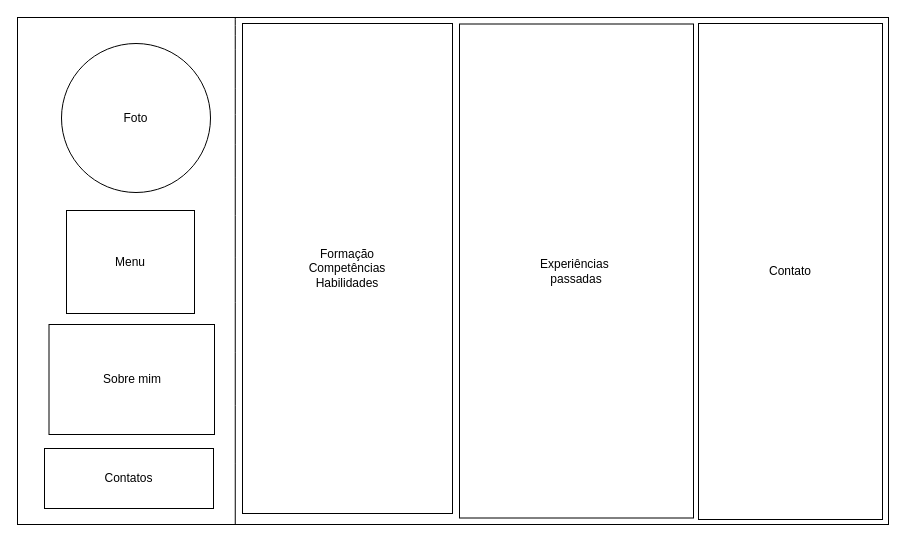
The draw.io diagram Wireframe.drawio in brenno1206/Curriculo_Virtual, before the edit. Source tidied: cells renumbered, new cells numbered last; positions are measured from the earlier drawing's top-left corner, leaving out a move shared by most shapes. Both pictures are drawn from the tidied source at 100%, with x=0, y=0 at pixel (17, 17).
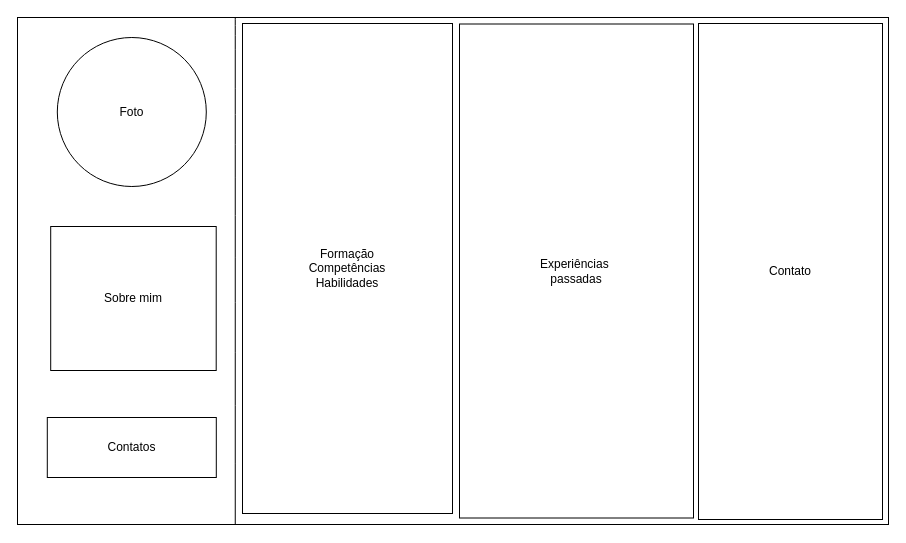
Above is the later version.

What changed in the source:
```diff
@@
 <mxGraphModel>
   <root>
     <mxCell id="0" />
     <mxCell id="1" parent="0" />
     <mxCell id="2" style="rounded=0;whiteSpace=wrap;html=1;" parent="1" vertex="1">
       <mxGeometry width="871" height="507" as="geometry" />
     </mxCell>
     <mxCell id="3" style="endArrow=none;html=1;rounded=0;fontSize=12;startSize=8;endSize=8;curved=1;exitX=0.25;exitY=0;exitDx=0;exitDy=0;entryX=0.25;entryY=1;entryDx=0;entryDy=0;" parent="1" edge="1" source="2" target="2">
       <mxGeometry relative="1" as="geometry" />
     </mxCell>
     <mxCell id="4" value="Foto" style="ellipse;whiteSpace=wrap;html=1;" parent="1" vertex="1">
-      <mxGeometry x="44" y="26" width="149" height="149" as="geometry" />
+      <mxGeometry x="39.8" y="20" width="149" height="149" as="geometry" />
     </mxCell>
     <mxCell id="5" value="Sobre mim" style="rounded=0;whiteSpace=wrap;html=1;" parent="1" vertex="1">
-      <mxGeometry x="31.5" y="307" width="165.5" height="110" as="geometry" />
+      <mxGeometry x="33.2" y="209" width="165.5" height="144" as="geometry" />
     </mxCell>
     <mxCell id="6" value="Contatos" style="rounded=0;whiteSpace=wrap;html=1;" parent="1" vertex="1">
-      <mxGeometry x="27" y="431" width="169" height="60" as="geometry" />
+      <mxGeometry x="29.8" y="400" width="169" height="60" as="geometry" />
     </mxCell>
-    <mxCell id="7" value="Menu" style="rounded=0;whiteSpace=wrap;html=1;" parent="1" vertex="1">
-      <mxGeometry x="49" y="193" width="128" height="103" as="geometry" />
-    </mxCell>
     <mxCell id="8" value="Formação&lt;div&gt;Competências&lt;/div&gt;&lt;div&gt;Habilidades&lt;/div&gt;" style="rounded=0;whiteSpace=wrap;html=1;" parent="1" vertex="1">
       <mxGeometry x="225" y="6" width="210" height="490" as="geometry" />
     </mxCell>
     <mxCell id="9" value="Experiências&amp;nbsp;&lt;div&gt;passadas&lt;/div&gt;" style="rounded=0;whiteSpace=wrap;html=1;" parent="1" vertex="1">
       <mxGeometry x="442" y="6.5" width="234" height="494" as="geometry" />
     </mxCell>
     <mxCell id="10" value="Contato" style="rounded=0;whiteSpace=wrap;html=1;" parent="1" vertex="1">
       <mxGeometry x="681" y="6" width="184" height="496" as="geometry" />
     </mxCell>
   </root>
 </mxGraphModel>
```
